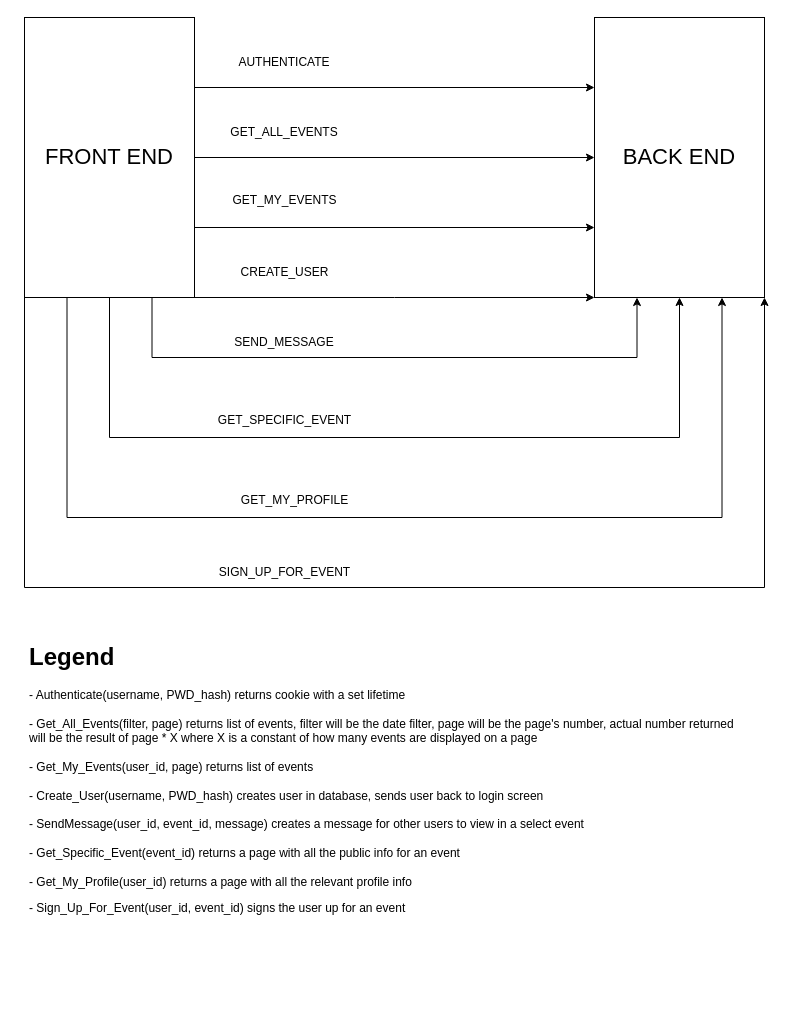
This is Navrh/Diagramy/Untitled Diagram.drawio from RatsAreNice/ITU-2023, a draw.io file, before an edit. Source tidied: cells renumbered, new cells numbered last; positions are measured from the earlier drawing's top-left corner, leaving out a move shared by most shapes. Both pictures are drawn from the tidied source at 100%, with x=0, y=0 at pixel (24, 17).
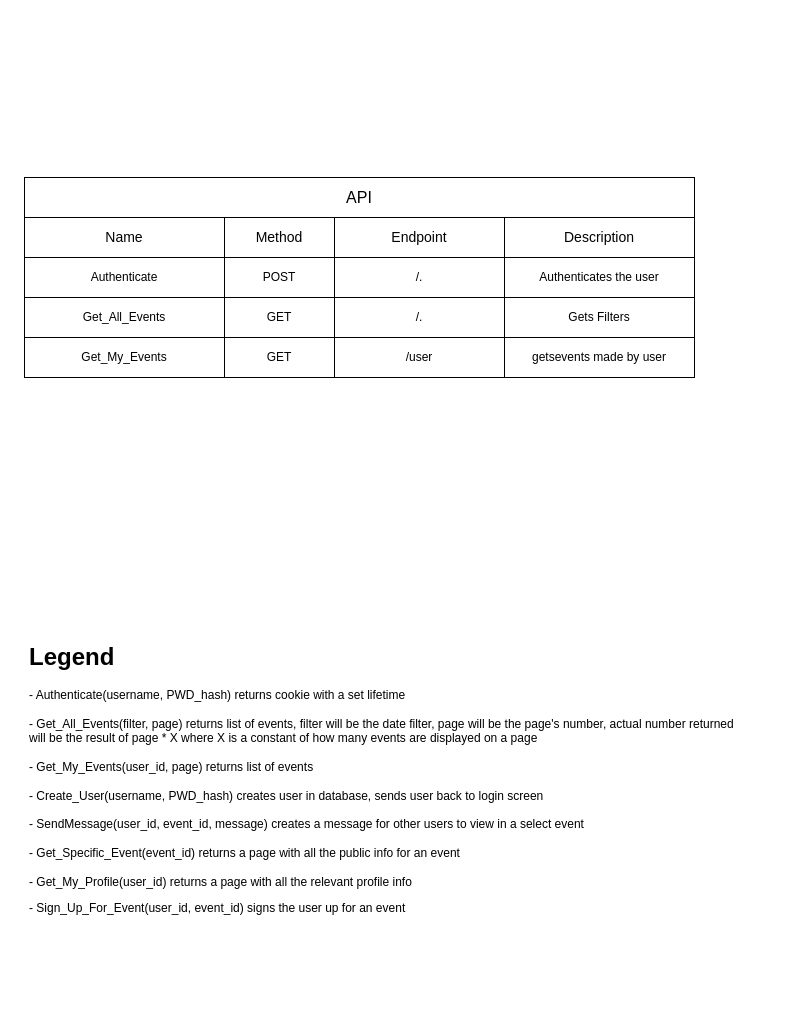
Above is the later version.

The edit, as a diff of the source:
```diff
@@
-    <mxCell id="2" value="&lt;font style=&quot;font-size: 22px;&quot;&gt;BACK END&lt;/font&gt;" style="rounded=0;whiteSpace=wrap;html=1;" parent="1" vertex="1">
-      <mxGeometry x="570" width="170" height="280" as="geometry" />
-    </mxCell>
-    <mxCell id="3" style="edgeStyle=orthogonalEdgeStyle;rounded=0;jettySize=auto;html=1;exitX=1;exitY=0.25;exitDx=0;exitDy=0;entryX=0;entryY=0.25;entryDx=0;entryDy=0;" parent="1" edge="1" source="11" target="2">
-      <mxGeometry relative="1" as="geometry" />
-    </mxCell>
-    <mxCell id="4" style="edgeStyle=orthogonalEdgeStyle;rounded=0;jettySize=auto;html=1;exitX=1;exitY=0.5;exitDx=0;exitDy=0;entryX=0;entryY=0.5;entryDx=0;entryDy=0;" parent="1" edge="1" source="11" target="2">
-      <mxGeometry relative="1" as="geometry" />
-    </mxCell>
-    <mxCell id="5" style="edgeStyle=orthogonalEdgeStyle;rounded=0;jettySize=auto;html=1;exitX=1;exitY=0.75;exitDx=0;exitDy=0;entryX=0;entryY=0.75;entryDx=0;entryDy=0;" parent="1" edge="1" source="11" target="2">
-      <mxGeometry relative="1" as="geometry" />
-    </mxCell>
-    <mxCell id="6" style="edgeStyle=orthogonalEdgeStyle;rounded=0;jettySize=auto;html=1;exitX=1;exitY=1;exitDx=0;exitDy=0;entryX=0;entryY=1;entryDx=0;entryDy=0;" parent="1" edge="1" source="11" target="2">
-      <mxGeometry relative="1" as="geometry">
-        <Array as="points">
-          <mxPoint x="370" y="280" />
-          <mxPoint x="370" y="280" />
-        </Array>
-      </mxGeometry>
-    </mxCell>
-    <mxCell id="7" style="edgeStyle=orthogonalEdgeStyle;rounded=0;jettySize=auto;html=1;exitX=0.75;exitY=1;exitDx=0;exitDy=0;entryX=0.25;entryY=1;entryDx=0;entryDy=0;" parent="1" edge="1" source="11" target="2">
-      <mxGeometry relative="1" as="geometry">
-        <Array as="points">
-          <mxPoint x="128" y="340" />
-          <mxPoint x="613" y="340" />
-        </Array>
-      </mxGeometry>
-    </mxCell>
-    <mxCell id="8" style="edgeStyle=orthogonalEdgeStyle;rounded=0;jettySize=auto;html=1;exitX=0.5;exitY=1;exitDx=0;exitDy=0;entryX=0.5;entryY=1;entryDx=0;entryDy=0;" parent="1" edge="1" source="11" target="2">
-      <mxGeometry relative="1" as="geometry">
-        <Array as="points">
-          <mxPoint x="85" y="420" />
-          <mxPoint x="655" y="420" />
-        </Array>
-      </mxGeometry>
-    </mxCell>
-    <mxCell id="9" style="edgeStyle=orthogonalEdgeStyle;rounded=0;jettySize=auto;html=1;exitX=0.25;exitY=1;exitDx=0;exitDy=0;entryX=0.75;entryY=1;entryDx=0;entryDy=0;" parent="1" edge="1" source="11" target="2">
-      <mxGeometry relative="1" as="geometry">
-        <Array as="points">
-          <mxPoint x="43" y="500" />
-          <mxPoint x="698" y="500" />
-        </Array>
-      </mxGeometry>
-    </mxCell>
-    <mxCell id="10" style="edgeStyle=orthogonalEdgeStyle;rounded=0;jettySize=auto;html=1;exitX=0;exitY=1;exitDx=0;exitDy=0;entryX=1;entryY=1;entryDx=0;entryDy=0;" parent="1" edge="1" source="11" target="2">
-      <mxGeometry relative="1" as="geometry">
-        <Array as="points">
-          <mxPoint y="570" />
-          <mxPoint x="740" y="570" />
-        </Array>
-      </mxGeometry>
-    </mxCell>
-    <mxCell id="11" value="&lt;font style=&quot;font-size: 22px;&quot;&gt;FRONT END &lt;br&gt;&lt;/font&gt;" style="rounded=0;whiteSpace=wrap;html=1;" parent="1" vertex="1">
-      <mxGeometry width="170" height="280" as="geometry" />
-    </mxCell>
-    <mxCell id="12" value="AUTHENTICATE" style="text;html=1;strokeColor=none;fillColor=none;align=center;verticalAlign=middle;whiteSpace=wrap;rounded=0;" parent="1" vertex="1">
-      <mxGeometry x="230" y="30" width="60" height="30" as="geometry" />
-    </mxCell>
-    <mxCell id="13" value="GET_ALL_EVENTS" style="text;html=1;strokeColor=none;fillColor=none;align=center;verticalAlign=middle;whiteSpace=wrap;rounded=0;" parent="1" vertex="1">
-      <mxGeometry x="195" y="100" width="130" height="30" as="geometry" />
-    </mxCell>
-    <mxCell id="14" value="GET_MY_EVENTS" style="text;html=1;align=center;verticalAlign=middle;strokeColor=none;fillColor=none;" parent="1" vertex="1">
-      <mxGeometry x="200" y="168" width="120" height="30" as="geometry" />
-    </mxCell>
-    <mxCell id="15" value="CREATE_USER" style="text;html=1;align=center;verticalAlign=middle;strokeColor=none;fillColor=none;" parent="1" vertex="1">
-      <mxGeometry x="205" y="240" width="110" height="30" as="geometry" />
-    </mxCell>
-    <mxCell id="16" value="SEND_MESSAGE" style="text;html=1;strokeColor=none;fillColor=none;align=center;verticalAlign=middle;whiteSpace=wrap;rounded=0;" parent="1" vertex="1">
-      <mxGeometry x="210" y="310" width="100" height="30" as="geometry" />
-    </mxCell>
-    <mxCell id="17" value="GET_SPECIFIC_EVENT" style="text;html=1;align=center;verticalAlign=middle;strokeColor=none;fillColor=none;" parent="1" vertex="1">
-      <mxGeometry x="180" y="388" width="160" height="30" as="geometry" />
-    </mxCell>
-    <mxCell id="18" value="GET_MY_PROFILE" style="text;html=1;align=center;verticalAlign=middle;strokeColor=none;fillColor=none;" parent="1" vertex="1">
-      <mxGeometry x="205" y="468" width="130" height="30" as="geometry" />
-    </mxCell>
-    <mxCell id="19" value="SIGN_UP_FOR_EVENT" style="text;html=1;align=center;verticalAlign=middle;strokeColor=none;fillColor=none;" parent="1" vertex="1">
-      <mxGeometry x="185" y="540" width="150" height="30" as="geometry" />
-    </mxCell>
@@
+    <mxCell id="21" value="&lt;font style=&quot;font-size: 16px;&quot;&gt;API&lt;/font&gt;" style="rounded=0;whiteSpace=wrap;html=1;" parent="1" vertex="1">
+      <mxGeometry y="160" width="670" height="40" as="geometry" />
+    </mxCell>
+    <mxCell id="22" value="&lt;font style=&quot;font-size: 14px;&quot;&gt;Name&lt;/font&gt;" style="rounded=0;whiteSpace=wrap;html=1;" parent="1" vertex="1">
+      <mxGeometry y="200" width="200" height="40" as="geometry" />
+    </mxCell>
+    <mxCell id="23" value="&lt;font style=&quot;font-size: 14px;&quot;&gt;Method&lt;/font&gt;" style="rounded=0;whiteSpace=wrap;html=1;" parent="1" vertex="1">
+      <mxGeometry x="200" y="200" width="110" height="40" as="geometry" />
+    </mxCell>
+    <mxCell id="24" value="&lt;font style=&quot;font-size: 14px;&quot;&gt;Endpoint&lt;/font&gt;" style="rounded=0;whiteSpace=wrap;html=1;" parent="1" vertex="1">
+      <mxGeometry x="310" y="200" width="170" height="40" as="geometry" />
+    </mxCell>
+    <mxCell id="25" value="&lt;font style=&quot;font-size: 14px;&quot;&gt;Description&lt;br&gt;&lt;/font&gt;" style="rounded=0;whiteSpace=wrap;html=1;" parent="1" vertex="1">
+      <mxGeometry x="480" y="200" width="190" height="40" as="geometry" />
+    </mxCell>
+    <mxCell id="26" value="Authenticate" style="rounded=0;whiteSpace=wrap;html=1;" parent="1" vertex="1">
+      <mxGeometry y="240" width="200" height="40" as="geometry" />
+    </mxCell>
+    <mxCell id="27" value="POST" style="rounded=0;whiteSpace=wrap;html=1;" parent="1" vertex="1">
+      <mxGeometry x="200" y="240" width="110" height="40" as="geometry" />
+    </mxCell>
+    <mxCell id="28" value="/." style="rounded=0;whiteSpace=wrap;html=1;" parent="1" vertex="1">
+      <mxGeometry x="310" y="240" width="170" height="40" as="geometry" />
+    </mxCell>
+    <mxCell id="29" value="Authenticates the user" style="rounded=0;whiteSpace=wrap;html=1;" parent="1" vertex="1">
+      <mxGeometry x="480" y="240" width="190" height="40" as="geometry" />
+    </mxCell>
+    <mxCell id="30" value="Get_All_Events" style="rounded=0;whiteSpace=wrap;html=1;" parent="1" vertex="1">
+      <mxGeometry y="280" width="200" height="40" as="geometry" />
+    </mxCell>
+    <mxCell id="31" value="GET" style="rounded=0;whiteSpace=wrap;html=1;" parent="1" vertex="1">
+      <mxGeometry x="200" y="280" width="110" height="40" as="geometry" />
+    </mxCell>
+    <mxCell id="32" value="/." style="rounded=0;whiteSpace=wrap;html=1;" parent="1" vertex="1">
+      <mxGeometry x="310" y="280" width="170" height="40" as="geometry" />
+    </mxCell>
+    <mxCell id="33" value="Gets Filters" style="rounded=0;whiteSpace=wrap;html=1;" parent="1" vertex="1">
+      <mxGeometry x="480" y="280" width="190" height="40" as="geometry" />
+    </mxCell>
+    <mxCell id="34" value="Get_My_Events" style="rounded=0;whiteSpace=wrap;html=1;" parent="1" vertex="1">
+      <mxGeometry y="320" width="200" height="40" as="geometry" />
+    </mxCell>
+    <mxCell id="35" value="GET" style="rounded=0;whiteSpace=wrap;html=1;" parent="1" vertex="1">
+      <mxGeometry x="200" y="320" width="110" height="40" as="geometry" />
+    </mxCell>
+    <mxCell id="36" value="/user" style="rounded=0;whiteSpace=wrap;html=1;" parent="1" vertex="1">
+      <mxGeometry x="310" y="320" width="170" height="40" as="geometry" />
+    </mxCell>
+    <mxCell id="37" value="getsevents made by user" style="rounded=0;whiteSpace=wrap;html=1;" parent="1" vertex="1">
+      <mxGeometry x="480" y="320" width="190" height="40" as="geometry" />
+    </mxCell>
```
